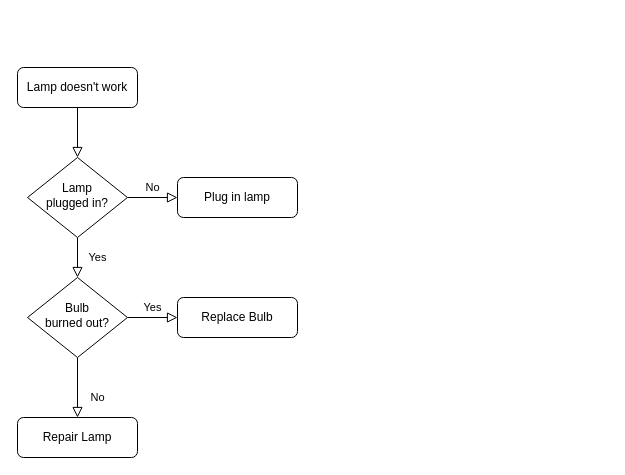
Earlier version of the draw.io diagram Untitled Diagram.drawio (phoebeazucena/phoebeazucena). Source tidied: cells renumbered, new cells numbered last; positions are measured from the earlier drawing's top-left corner, leaving out a move shared by most shapes. Both pictures are drawn from the tidied source at 100%, with x=0, y=0 at pixel (17, 67).
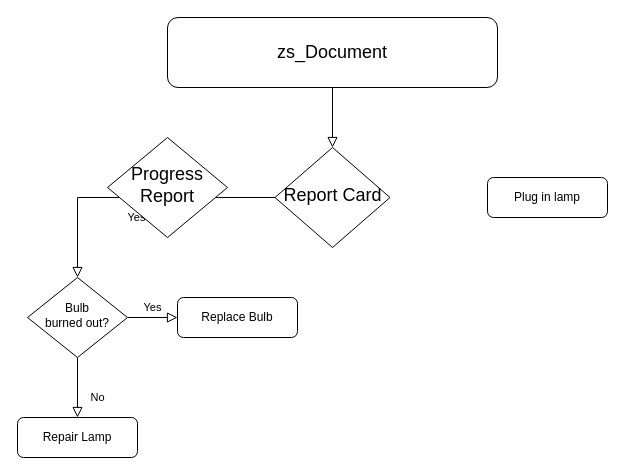
Above is the later version.

Diff of the diagram source:
```diff
@@
 <mxGraphModel>
   <root>
     <mxCell id="0" />
     <mxCell id="1" parent="0" />
     <mxCell id="2" style="rounded=0;html=1;jettySize=auto;fontSize=11;endArrow=block;endFill=0;endSize=8;strokeWidth=1;shadow=0;labelBackgroundColor=none;edgeStyle=orthogonalEdgeStyle;" parent="1" edge="1" source="3" target="6">
       <mxGeometry relative="1" as="geometry" />
     </mxCell>
-    <mxCell id="3" value="Lamp doesn't work" style="rounded=1;whiteSpace=wrap;html=1;fontSize=12;glass=0;strokeWidth=1;shadow=0;" parent="1" vertex="1">
-      <mxGeometry width="120" height="40" as="geometry" />
+    <mxCell id="3" value="&lt;font style=&quot;font-size: 18px;&quot;&gt;zs_Document&lt;/font&gt;" style="rounded=1;whiteSpace=wrap;html=1;fontSize=12;glass=0;strokeWidth=1;shadow=0;" parent="1" vertex="1">
+      <mxGeometry x="150" y="-50" width="330" height="70" as="geometry" />
     </mxCell>
     <mxCell id="4" value="Yes" style="rounded=0;html=1;jettySize=auto;fontSize=11;endArrow=block;endFill=0;endSize=8;strokeWidth=1;shadow=0;labelBackgroundColor=none;edgeStyle=orthogonalEdgeStyle;" parent="1" edge="1" source="6" target="10">
       <mxGeometry y="20" relative="1" as="geometry" />
     </mxCell>
-    <mxCell id="5" value="No" style="edgeStyle=orthogonalEdgeStyle;rounded=0;html=1;jettySize=auto;fontSize=11;endArrow=block;endFill=0;endSize=8;strokeWidth=1;shadow=0;labelBackgroundColor=none;" parent="1" edge="1" source="6" target="7">
-      <mxGeometry y="10" relative="1" as="geometry" />
-    </mxCell>
-    <mxCell id="6" value="Lamp&lt;br&gt;plugged in?" style="rhombus;whiteSpace=wrap;html=1;shadow=0;fontFamily=Helvetica;fontSize=12;align=center;strokeWidth=1;spacing=6;spacingTop=-4;" parent="1" vertex="1">
-      <mxGeometry x="10" y="90" width="100" height="80" as="geometry" />
+    <mxCell id="6" value="&lt;font style=&quot;font-size: 18px;&quot;&gt;Report Card&lt;/font&gt;" style="rhombus;whiteSpace=wrap;html=1;shadow=0;fontFamily=Helvetica;fontSize=12;align=center;strokeWidth=1;spacing=6;spacingTop=-4;" parent="1" vertex="1">
+      <mxGeometry x="257.5" y="80" width="115" height="100" as="geometry" />
     </mxCell>
     <mxCell id="7" value="Plug in lamp" style="rounded=1;whiteSpace=wrap;html=1;fontSize=12;glass=0;strokeWidth=1;shadow=0;" parent="1" vertex="1">
-      <mxGeometry x="160" y="110" width="120" height="40" as="geometry" />
+      <mxGeometry x="470" y="110" width="120" height="40" as="geometry" />
     </mxCell>
     <mxCell id="8" value="No" style="rounded=0;html=1;jettySize=auto;fontSize=11;endArrow=block;endFill=0;endSize=8;strokeWidth=1;shadow=0;labelBackgroundColor=none;edgeStyle=orthogonalEdgeStyle;" parent="1" edge="1" source="10" target="11">
       <mxGeometry x="0.33" y="20" relative="1" as="geometry" />
     </mxCell>
     <mxCell id="9" value="Yes" style="edgeStyle=orthogonalEdgeStyle;rounded=0;html=1;jettySize=auto;fontSize=11;endArrow=block;endFill=0;endSize=8;strokeWidth=1;shadow=0;labelBackgroundColor=none;" parent="1" edge="1" source="10" target="12">
       <mxGeometry y="10" relative="1" as="geometry" />
     </mxCell>
     <mxCell id="10" value="Bulb&lt;br&gt;burned out?" style="rhombus;whiteSpace=wrap;html=1;shadow=0;fontFamily=Helvetica;fontSize=12;align=center;strokeWidth=1;spacing=6;spacingTop=-4;" parent="1" vertex="1">
       <mxGeometry x="10" y="210" width="100" height="80" as="geometry" />
     </mxCell>
     <mxCell id="11" value="Repair Lamp" style="rounded=1;whiteSpace=wrap;html=1;fontSize=12;glass=0;strokeWidth=1;shadow=0;" parent="1" vertex="1">
       <mxGeometry y="350" width="120" height="40" as="geometry" />
     </mxCell>
     <mxCell id="12" value="Replace Bulb" style="rounded=1;whiteSpace=wrap;html=1;fontSize=12;glass=0;strokeWidth=1;shadow=0;" parent="1" vertex="1">
       <mxGeometry x="160" y="230" width="120" height="40" as="geometry" />
     </mxCell>
+    <mxCell id="13" value="&lt;font style=&quot;font-size: 18px;&quot;&gt;Progress Report&lt;/font&gt;" style="rhombus;whiteSpace=wrap;html=1;shadow=0;fontFamily=Helvetica;fontSize=12;align=center;strokeWidth=1;spacing=6;spacingTop=-4;" parent="1" vertex="1">
+      <mxGeometry x="90" y="70" width="120" height="100" as="geometry" />
+    </mxCell>
   </root>
 </mxGraphModel>
```
